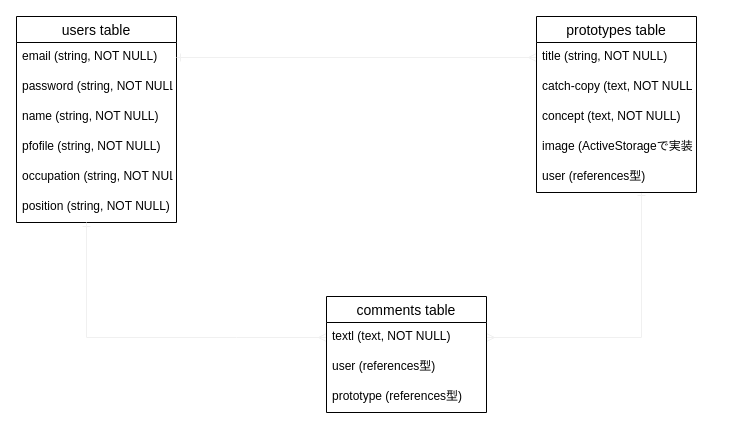
KeiIchi-74/protospace-31741 keeps this draw.io diagram as protospace.dio. Above is the earlier version. Source tidied: cells renumbered, new cells numbered last; positions are measured from the earlier drawing's top-left corner, leaving out a move shared by most shapes. Both pictures are drawn from the tidied source at 100%, with x=0, y=0 at pixel (16, 16).
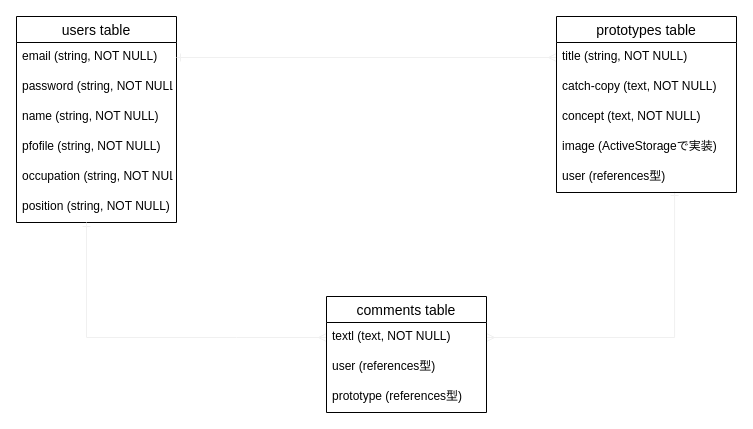
Above is the later version.

The change refers to these unchanged cells:
```xml
<mxCell id="3" value="email (string, NOT NULL)" style="text;strokeColor=none;fillColor=none;spacingLeft=4;spacingRight=4;overflow=hidden;points=[[0,0.5],[1,0.5]];portConstraint=eastwest;fontSize=12;" parent="2" vertex="1">
  <mxGeometry y="26" width="160" height="30" as="geometry" />
</mxCell>
```

Diff of the diagram source:
```diff
@@
-    <mxCell id="9" style="edgeStyle=orthogonalEdgeStyle;rounded=0;jettySize=auto;html=1;exitX=1;exitY=0.5;exitDx=0;exitDy=0;entryX=0;entryY=0.5;entryDx=0;entryDy=0;startArrow=ERone;startFill=0;strokeColor=#f0f0f0;endArrow=ERmany;endFill=0;" parent="1" edge="1" source="3" target="17">
+    <mxCell id="9" style="edgeStyle=orthogonalEdgeStyle;rounded=0;jettySize=auto;html=1;exitX=1;exitY=0.5;exitDx=0;exitDy=0;startArrow=ERone;startFill=0;strokeColor=#f0f0f0;endArrow=ERmany;endFill=0;entryX=0;entryY=0.5;entryDx=0;entryDy=0;" parent="1" edge="1" source="3" target="17">
       <mxGeometry relative="1" as="geometry" />
     </mxCell>
@@
     <mxCell id="16" value="prototypes table" style="swimlane;fontStyle=0;horizontal=1;startSize=26;align=center;fontSize=14;" parent="1" vertex="1">
-      <mxGeometry x="520" width="160" height="176" as="geometry" />
+      <mxGeometry x="540" width="180" height="176" as="geometry" />
     </mxCell>
     <mxCell id="17" value="title (string, NOT NULL)" style="text;strokeColor=none;fillColor=none;spacingLeft=4;spacingRight=4;overflow=hidden;points=[[0,0.5],[1,0.5]];portConstraint=eastwest;fontSize=12;" parent="16" vertex="1">
-      <mxGeometry y="26" width="160" height="30" as="geometry" />
+      <mxGeometry y="26" width="180" height="30" as="geometry" />
     </mxCell>
     <mxCell id="18" value="catch-copy (text, NOT NULL)" style="text;strokeColor=none;fillColor=none;spacingLeft=4;spacingRight=4;overflow=hidden;fontSize=12;" parent="16" vertex="1">
-      <mxGeometry y="56" width="160" height="30" as="geometry" />
+      <mxGeometry y="56" width="180" height="30" as="geometry" />
     </mxCell>
     <mxCell id="19" value="concept (text, NOT NULL)" style="text;strokeColor=none;fillColor=none;spacingLeft=4;spacingRight=4;overflow=hidden;fontSize=12;" parent="16" vertex="1">
-      <mxGeometry y="86" width="160" height="30" as="geometry" />
+      <mxGeometry y="86" width="180" height="30" as="geometry" />
     </mxCell>
     <mxCell id="20" value="image (ActiveStorageで実装)" style="text;strokeColor=none;fillColor=none;spacingLeft=4;spacingRight=4;overflow=hidden;fontSize=12;" parent="16" vertex="1">
-      <mxGeometry y="116" width="160" height="30" as="geometry" />
+      <mxGeometry y="116" width="180" height="30" as="geometry" />
     </mxCell>
     <mxCell id="21" value="user (references型)" style="text;strokeColor=none;fillColor=none;spacingLeft=4;spacingRight=4;overflow=hidden;points=[[0,0.5],[1,0.5]];portConstraint=eastwest;fontSize=12;" parent="16" vertex="1">
-      <mxGeometry y="146" width="160" height="30" as="geometry" />
+      <mxGeometry y="146" width="180" height="30" as="geometry" />
     </mxCell>
```
